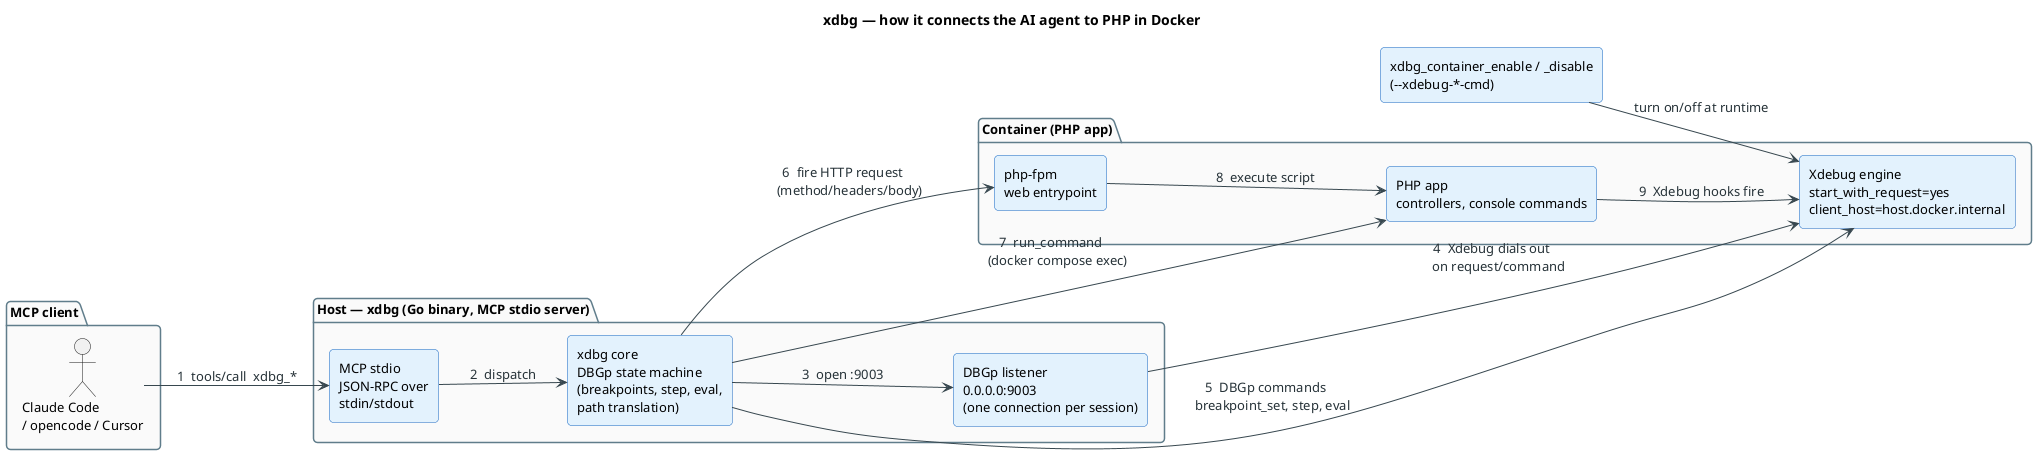
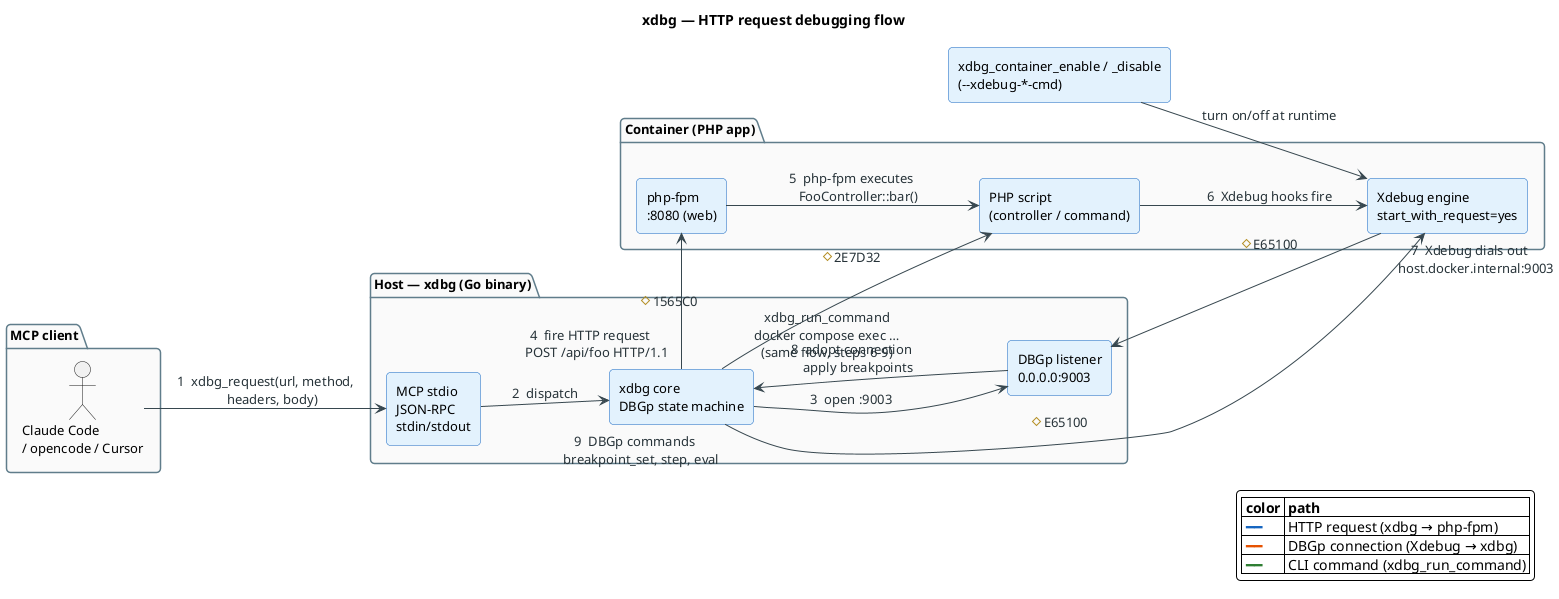
@startuml xdbg-architecture

left to right direction

skinparam backgroundColor #FFFFFF
skinparam shadowing false
skinparam defaultFontName "Helvetica"
skinparam defaultFontSize 13
skinparam roundCorner 8
skinparam ArrowColor #37474F
skinparam ArrowFontColor #263238
skinparam package {
  BorderColor #607D8B
  FontStyle bold
  BackgroundColor #FAFAFA
}
skinparam rectangle {
  BackgroundColor #E3F2FD
  BorderColor #1565C0
}
skinparam database {
  BackgroundColor #FFF3E0
  BorderColor #E65100
}
skinparam interface {
  BackgroundColor #ECEFF1
  BorderColor #455A64
}

- title xdbg — how it connects the AI agent to PHP in Docker
+ title xdbg — HTTP request debugging flow

' =================== LEFT: MCP client ===================
package "MCP client" {
  actor "Claude Code\n/ opencode / Cursor" as client
}

- ' =================== MIDDLE: xdbg ===================
- package "Host — xdbg (Go binary, MCP stdio server)" {
-   rectangle "MCP stdio\nJSON-RPC over\nstdin/stdout" as io
-   rectangle "xdbg core\nDBGp state machine\n(breakpoints, step, eval,\npath translation)" as core
-   rectangle "DBGp listener\n0.0.0.0:9003\n(one connection per session)" as listener
-   io -[hidden]right-> core
-   core -[hidden]right-> listener
+ ' =================== MIDDLE: xdbg (host) ===================
+ package "Host — xdbg (Go binary)" {
+   rectangle "MCP stdio\nJSON-RPC\nstdin/stdout" as io
+   rectangle "xdbg core\nDBGp state machine" as core
+   rectangle "DBGp listener\n0.0.0.0:9003" as listener
+   io -[hidden]down-> core
+   core -[hidden]down-> listener
}

' =================== RIGHT: Container ===================
package "Container (PHP app)" {
-   rectangle "php-fpm\nweb entrypoint" as fpm
-   rectangle "Xdebug engine\nstart_with_request=yes\nclient_host=host.docker.internal" as engine
-   rectangle "PHP app\ncontrollers, console commands" as app
-   fpm -[hidden]right-> app
-   engine -[hidden]down-> app
+   rectangle "php-fpm\n:8080 (web)" as fpm
+   rectangle "PHP script\n(controller / command)" as script
+   rectangle "Xdebug engine\nstart_with_request=yes" as engine
+   fpm -[hidden]down-> script
+   script -[hidden]down-> engine
}

- ' =================== FLOWS ===================
- client --> io : "1  tools/call  xdbg_*"
+ ' =================== HTTP REQUEST FLOW (blue) ===================
+ client --> io : "1  xdbg_request(url, method,\n    headers, body)"
io --> core : "2  dispatch"
core --> listener : "3  open :9003"
- listener --> engine : "4  Xdebug dials out\n    on request/command"
- core --> engine : "5  DBGp commands\n    breakpoint_set, step, eval"
- core --> fpm : "6  fire HTTP request\n    (method/headers/body)"
- core --> app : "7  run_command\n    (docker compose exec)"
- fpm --> app : "8  execute script"
- app --> engine : "9  Xdebug hooks fire"
+ core --> fpm : "4  fire HTTP request\n    POST /api/foo HTTP/1.1" #1565C0
+ fpm --> script : "5  php-fpm executes\n    FooController::bar()"
+ script --> engine : "6  Xdebug hooks fire"
+ engine --> listener : "7  Xdebug dials out\n    host.docker.internal:9003" #E65100
+ listener --> core : "8  adopt connection\n    apply breakpoints"
+ core --> engine : "9  DBGp commands\n    breakpoint_set, step, eval" #E65100
+ 
+ ' =================== CLI COMMAND FLOW (green) ===================
+ core --> script : "    xdbg_run_command\n    docker compose exec …\n    (same flow, steps 6-9)" #2E7D32

' =================== SIDE: Xdebug on/off ===================
rectangle "xdbg_container_enable / _disable\n(--xdebug-*-cmd)" as toggle
toggle --> engine : "turn on/off at runtime"

+ legend right
+   |= color |= path |
+   | <color:#1565C0>━━</color> | HTTP request (xdbg → php-fpm) |
+   | <color:#E65100>━━</color> | DBGp connection (Xdebug → xdbg) |
+   | <color:#2E7D32>━━</color> | CLI command (xdbg_run_command) |
+ endlegend
+ 
@enduml